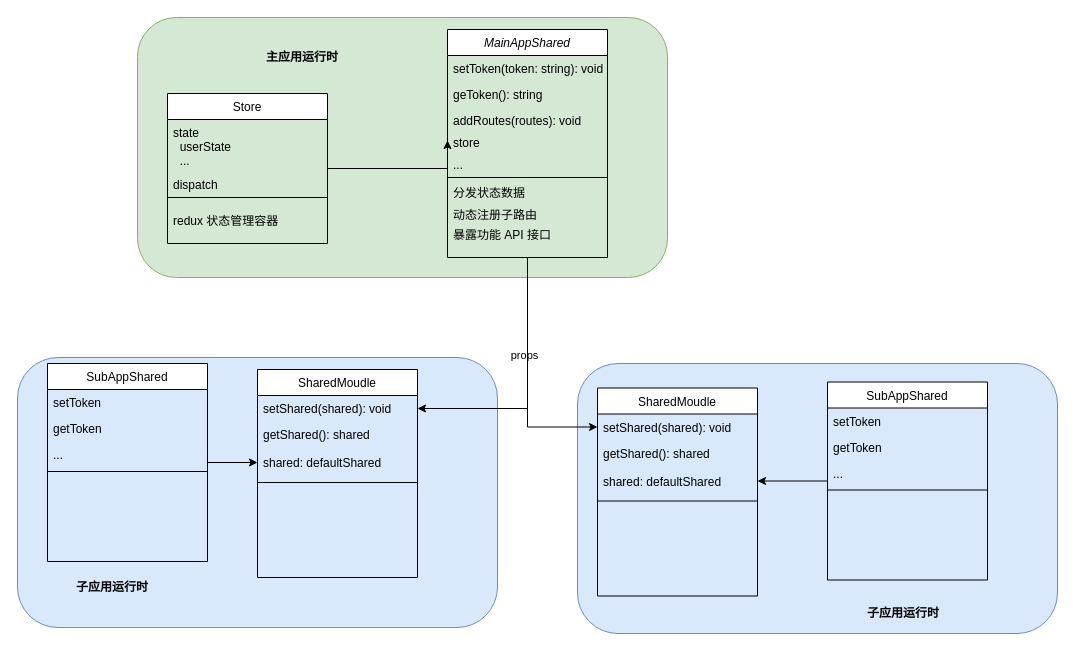
sfyr111/draw keeps this draw.io diagram as 未命名绘图.drawio. Above is the earlier version. Source tidied: cells renumbered, new cells numbered last; positions are measured from the earlier drawing's top-left corner, leaving out a move shared by most shapes. Both pictures are drawn from the tidied source at 100%, with x=0, y=0 at pixel (17, 17).
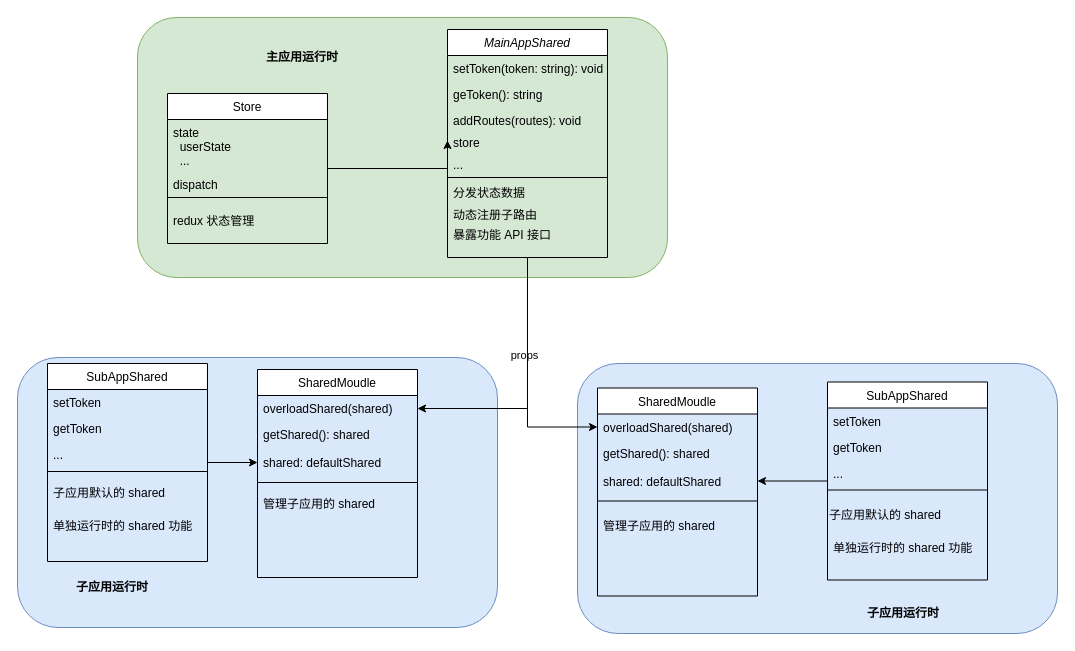
After the change.

Commit message (it also covers changes not shown here):
更新未命名绘图.drawio

The change refers to these unchanged cells:
```xml
<mxCell id="13" value="SharedMoudle" style="swimlane;fontStyle=0;align=center;verticalAlign=top;horizontal=1;startSize=26;rounded=0;shadow=0;strokeWidth=1;" parent="1" vertex="1">
  <mxGeometry x="240" y="352" width="160" height="208" as="geometry" />
</mxCell>
<mxCell id="32" value="SharedMoudle" style="swimlane;fontStyle=0;align=center;verticalAlign=top;horizontal=1;startSize=26;rounded=0;shadow=0;strokeWidth=1;" parent="1" vertex="1">
  <mxGeometry x="580" y="370.5" width="160" height="208" as="geometry" />
</mxCell>
```

What changed in the source:
```diff
@@
-    <mxCell id="14" value="setShared(shared): void" style="text;align=left;verticalAlign=top;spacingLeft=4;spacingRight=4;overflow=hidden;points=[[0,0.5],[1,0.5]];portConstraint=eastwest;" parent="13" vertex="1">
+    <mxCell id="14" value="overloadShared(shared)" style="text;align=left;verticalAlign=top;spacingLeft=4;spacingRight=4;overflow=hidden;points=[[0,0.5],[1,0.5]];portConstraint=eastwest;" parent="13" vertex="1">
       <mxGeometry y="26" width="160" height="26" as="geometry" />
     </mxCell>
@@
-    <mxCell id="33" value="setShared(shared): void" style="text;align=left;verticalAlign=top;spacingLeft=4;spacingRight=4;overflow=hidden;points=[[0,0.5],[1,0.5]];portConstraint=eastwest;" parent="32" vertex="1">
+    <mxCell id="33" value="overloadShared(shared)" style="text;align=left;verticalAlign=top;spacingLeft=4;spacingRight=4;overflow=hidden;points=[[0,0.5],[1,0.5]];portConstraint=eastwest;" parent="32" vertex="1">
       <mxGeometry y="26" width="160" height="26" as="geometry" />
     </mxCell>
@@
-    <mxCell id="45" value="redux 状态管理容器" style="text;align=left;verticalAlign=top;spacingLeft=4;spacingRight=4;overflow=hidden;rounded=0;shadow=0;html=0;" parent="1" vertex="1">
-      <mxGeometry x="150" y="190" width="160" height="22" as="geometry" />
+    <mxCell id="45" value="子应用默认的 shared" style="text;align=left;verticalAlign=top;spacingLeft=4;spacingRight=4;overflow=hidden;rounded=0;shadow=0;html=0;" parent="1" vertex="1">
+      <mxGeometry x="806" y="484" width="160" height="22" as="geometry" />
     </mxCell>
@@
+    <mxCell id="49" value="单独运行时的 shared 功能" style="text;align=left;verticalAlign=top;spacingLeft=4;spacingRight=4;overflow=hidden;rounded=0;shadow=0;html=0;" parent="1" vertex="1">
+      <mxGeometry x="30" y="495" width="160" height="22" as="geometry" />
+    </mxCell>
+    <mxCell id="50" value="单独运行时的 shared 功能" style="text;align=left;verticalAlign=top;spacingLeft=4;spacingRight=4;overflow=hidden;rounded=0;shadow=0;html=0;" parent="1" vertex="1">
+      <mxGeometry x="810" y="517" width="160" height="22" as="geometry" />
+    </mxCell>
+    <mxCell id="51" value="子应用默认的 shared" style="text;align=left;verticalAlign=top;spacingLeft=4;spacingRight=4;overflow=hidden;rounded=0;shadow=0;html=0;" parent="1" vertex="1">
+      <mxGeometry x="30" y="462" width="160" height="22" as="geometry" />
+    </mxCell>
+    <mxCell id="52" value="管理子应用的 shared" style="text;align=left;verticalAlign=top;spacingLeft=4;spacingRight=4;overflow=hidden;rounded=0;shadow=0;html=0;" parent="1" vertex="1">
+      <mxGeometry x="240" y="473" width="160" height="22" as="geometry" />
+    </mxCell>
+    <mxCell id="53" value="管理子应用的 shared" style="text;align=left;verticalAlign=top;spacingLeft=4;spacingRight=4;overflow=hidden;rounded=0;shadow=0;html=0;" parent="1" vertex="1">
+      <mxGeometry x="580" y="495" width="160" height="22" as="geometry" />
+    </mxCell>
+    <mxCell id="54" value="redux 状态管理" style="text;align=left;verticalAlign=top;spacingLeft=4;spacingRight=4;overflow=hidden;rounded=0;shadow=0;html=0;" parent="1" vertex="1">
+      <mxGeometry x="150" y="190" width="160" height="22" as="geometry" />
+    </mxCell>
```
